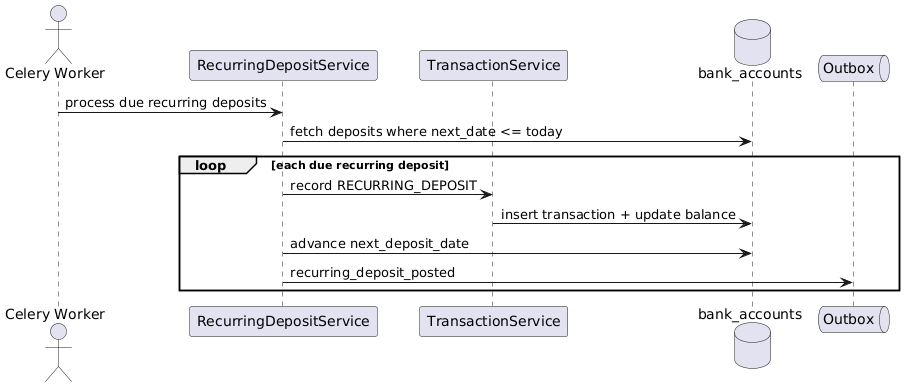
The PlantUML diagram docs/detailed-designs/diagrams/rendered/seq_recurring_deposit.png in QuinntyneBrown/LendQ, before a commit.
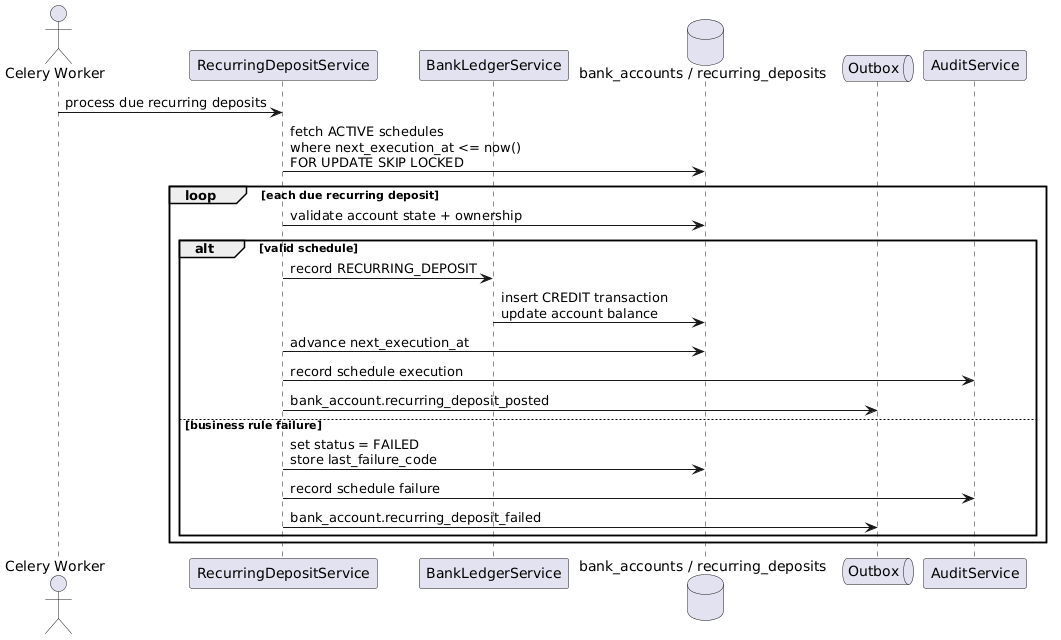
The same file after the commit.

Diff of the diagram source:
```diff
@@ -1,16 +1,25 @@
 @startuml
 actor "Celery Worker" as worker
 participant RecurringDepositService
-participant TransactionService
-database "bank_accounts" as db
+participant BankLedgerService
+database "bank_accounts / recurring_deposits" as db
 queue Outbox
+participant AuditService
 
 worker -> RecurringDepositService : process due recurring deposits
-RecurringDepositService -> db : fetch deposits where next_date <= today
+RecurringDepositService -> db : fetch ACTIVE schedules\nwhere next_execution_at <= now()\nFOR UPDATE SKIP LOCKED
 loop each due recurring deposit
-  RecurringDepositService -> TransactionService : record RECURRING_DEPOSIT
-  TransactionService -> db : insert transaction + update balance
-  RecurringDepositService -> db : advance next_deposit_date
-  RecurringDepositService -> Outbox : recurring_deposit_posted
+  RecurringDepositService -> db : validate account state + ownership
+  alt valid schedule
+    RecurringDepositService -> BankLedgerService : record RECURRING_DEPOSIT
+    BankLedgerService -> db : insert CREDIT transaction\nupdate account balance
+    RecurringDepositService -> db : advance next_execution_at
+    RecurringDepositService -> AuditService : record schedule execution
+    RecurringDepositService -> Outbox : bank_account.recurring_deposit_posted
+  else business rule failure
+    RecurringDepositService -> db : set status = FAILED\nstore last_failure_code
+    RecurringDepositService -> AuditService : record schedule failure
+    RecurringDepositService -> Outbox : bank_account.recurring_deposit_failed
+  end
 end
 @enduml
```
